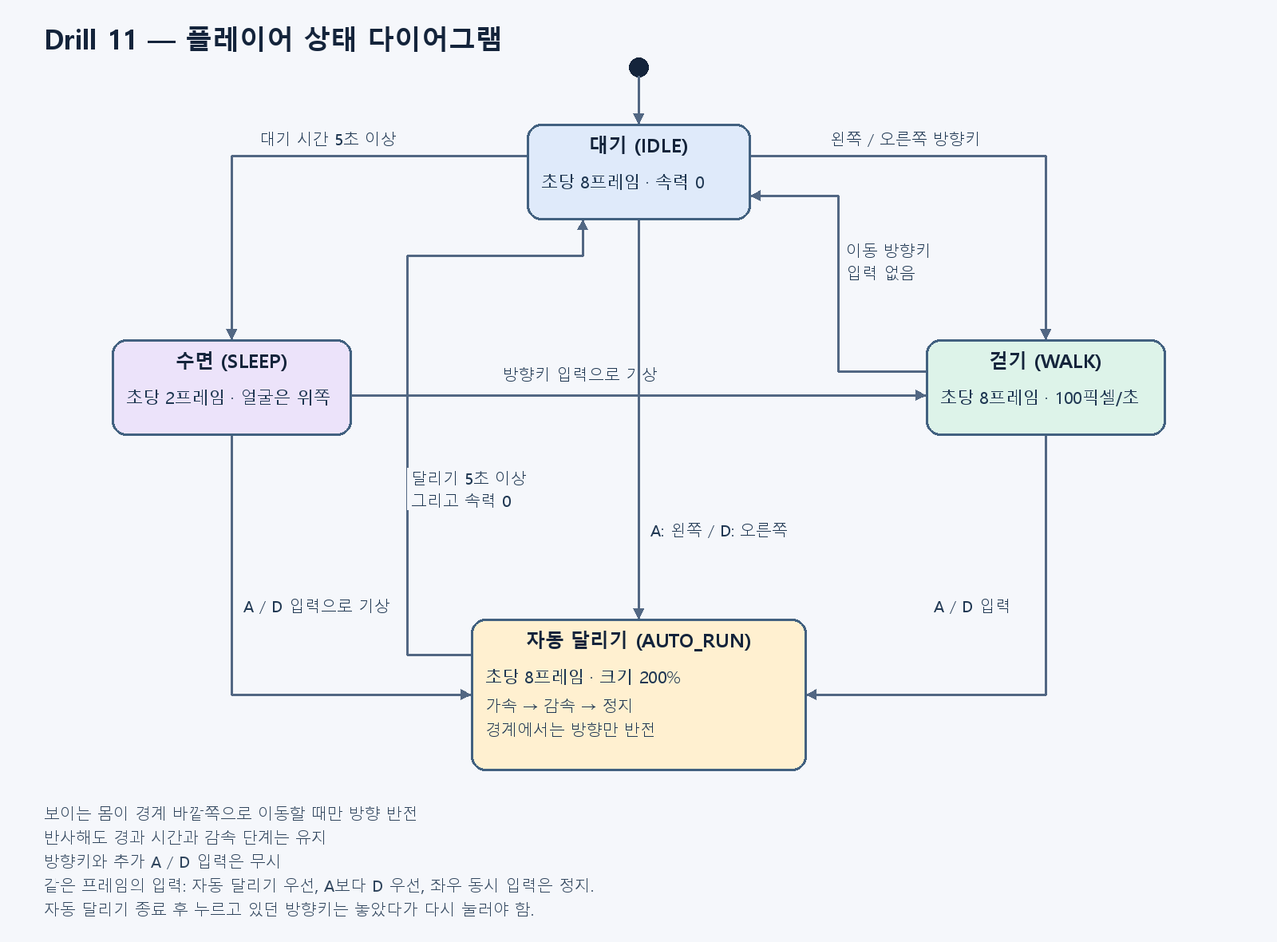
Above: state_diagram.png in rachimel/2DGP-DRILL-11 (PlantUML), before the change. Its source is kept beside it as state_diagram.puml.
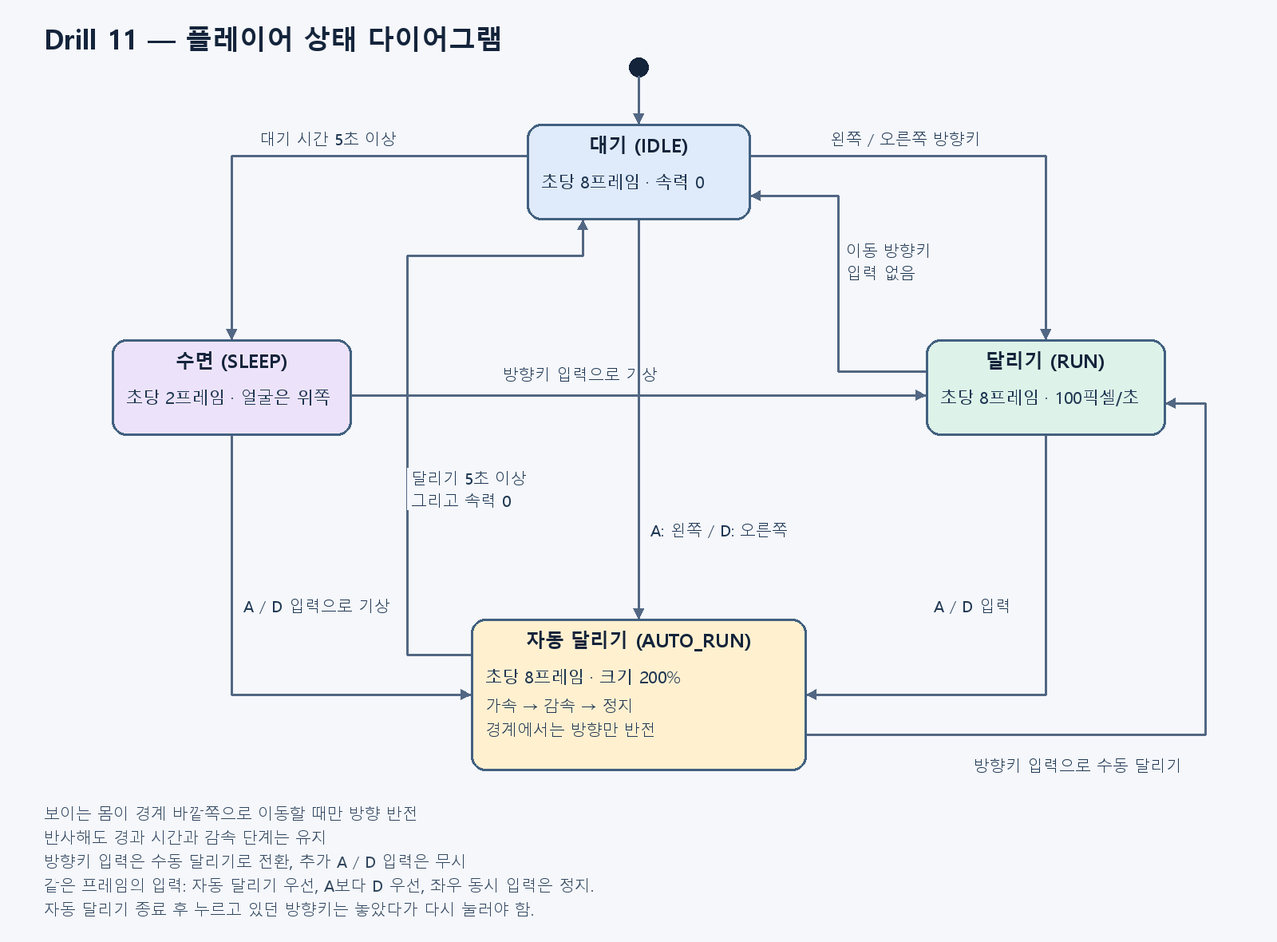
The same file after the commit.

The edit, as a diff of the source:
```diff
@@ -1,22 +1,23 @@
 @startuml
 title Drill 11 — 플레이어 상태 다이어그램
 state "대기 (IDLE)" as IDLE
-state "걷기 (WALK)" as WALK
+state "달리기 (RUN)" as RUN
 state "수면 (SLEEP)" as SLEEP
 state "자동 달리기 (AUTO_RUN)" as AUTO_RUN
 [*] --> IDLE
-IDLE --> WALK : 왼쪽 / 오른쪽 방향키
-WALK --> IDLE : 이동 방향키 입력 없음
+IDLE --> RUN : 왼쪽 / 오른쪽 방향키
+RUN --> IDLE : 이동 방향키 입력 없음
 IDLE --> SLEEP : 대기 시간 5초 이상
-SLEEP --> WALK : 방향키 입력으로 기상
+SLEEP --> RUN : 방향키 입력으로 기상
 IDLE --> AUTO_RUN : A: 왼쪽 / D: 오른쪽
-WALK --> AUTO_RUN : A / D 입력
+RUN --> AUTO_RUN : A / D 입력
 SLEEP --> AUTO_RUN : A / D 입력으로 기상
 AUTO_RUN --> IDLE : 달리기 5초 이상 그리고 속력 0
+AUTO_RUN --> RUN : 방향키 입력으로 수동 달리기
 note bottom of IDLE
   초당 8프레임 · 속력 0
 end note
-note bottom of WALK
+note bottom of RUN
   초당 8프레임 · 100픽셀/초
 end note
 note bottom of SLEEP
@@ -27,7 +28,7 @@
   가속 후 감속하고 속력은 0에서 멈춤
   보이는 몸이 경계 바깥쪽으로 이동할 때만 방향 반전
   반사해도 경과 시간과 감속 단계는 유지
-  방향키와 추가 A / D 입력은 무시
+  방향키 입력은 수동 달리기로 전환, 추가 A / D 입력은 무시
 end note
 legend bottom
   같은 프레임의 입력: 자동 달리기 우선, A보다 D 우선, 좌우 동시 입력은 정지.
```
